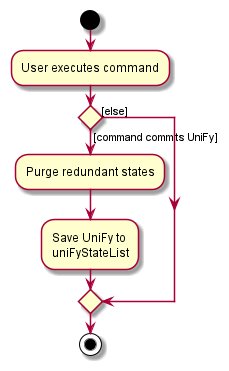
Before: docs/images/CommitActivityDiagram.png, a diagram exported from PlantUML (nus-cs2103-AY2122S1/tp).
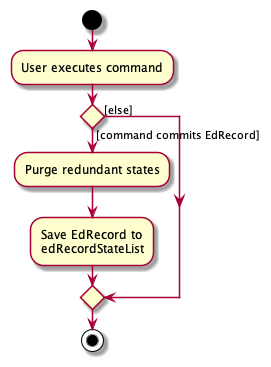
The same file after the commit.

Diff of the diagram source:
```diff
@@ -3,10 +3,10 @@
 :User executes command;
 
 
-if () then ([command commits UniFy])
+if () then ([command commits EdRecord])
     :Purge redundant states;
-    :Save UniFy to
-    uniFyStateList;
+    :Save EdRecord to
+    edRecordStateList;
 else ([else])
 endif
 stop
```
